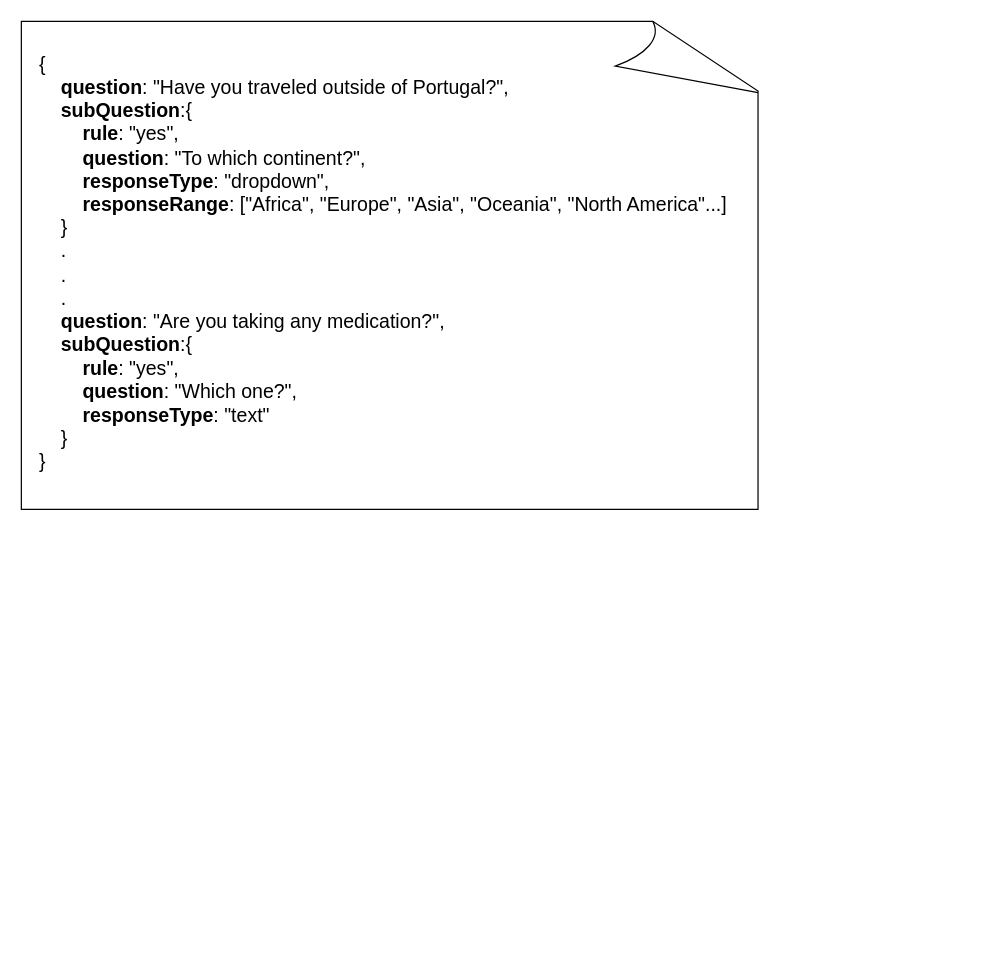
Earlier version of the draw.io diagram docs/report/figures/oldForm.drawio (dadiva-team/dadiva-ipo). Source tidied: cells renumbered, new cells numbered last; positions are measured from the earlier drawing's top-left corner, leaving out a move shared by most shapes. Both pictures are drawn from the tidied source at 122%, with x=0, y=0 at pixel (21, 21).
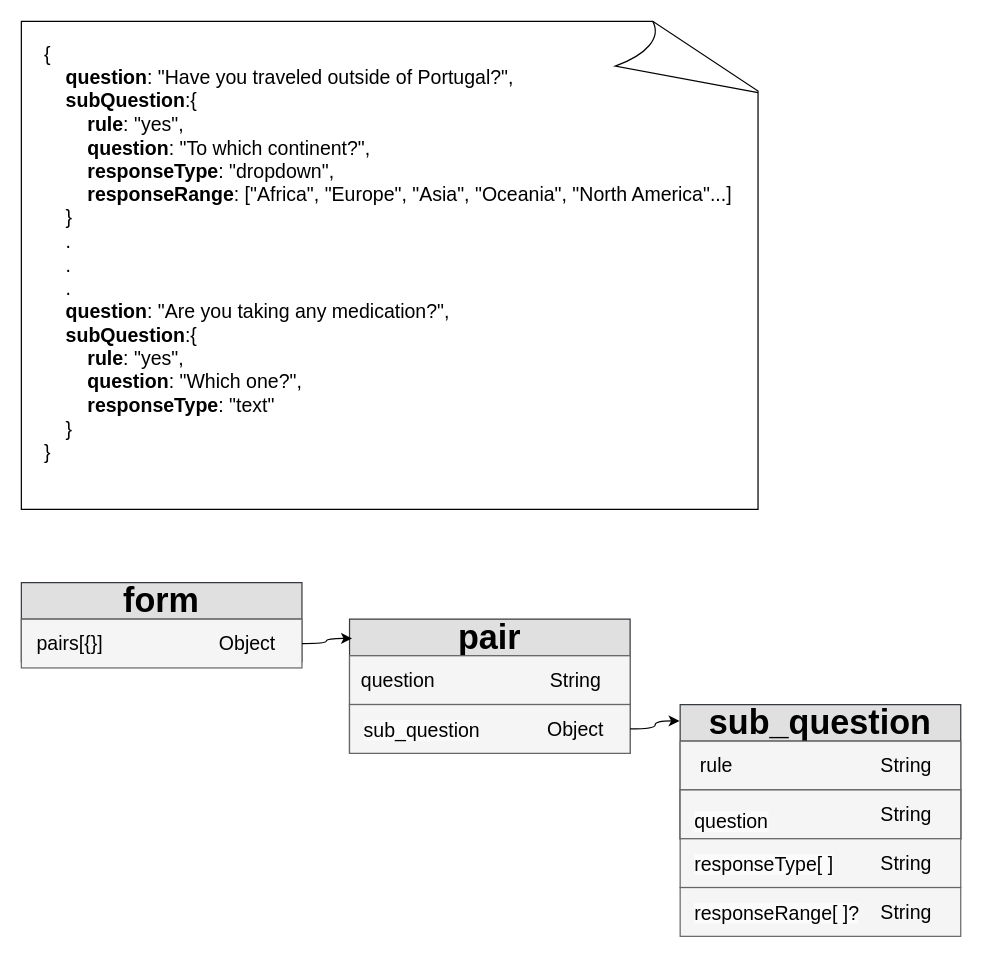
Above is the later version.

Diff of the diagram source:
```diff
@@
     <mxCell id="3" value="&lt;div style=&quot;font-size: 16px;&quot;&gt;&lt;font style=&quot;font-size: 16px;&quot;&gt;{&lt;/font&gt;&lt;/div&gt;&lt;div style=&quot;font-size: 16px;&quot;&gt;&lt;font style=&quot;font-size: 16px;&quot;&gt;&amp;nbsp; &amp;nbsp; &lt;b&gt;question&lt;/b&gt;: &quot;Have you traveled outside of Portugal?&quot;,&lt;/font&gt;&lt;/div&gt;&lt;div style=&quot;font-size: 16px;&quot;&gt;&lt;font style=&quot;font-size: 16px;&quot;&gt;&amp;nbsp; &amp;nbsp; &lt;b&gt;subQuestion&lt;/b&gt;:{&lt;/font&gt;&lt;/div&gt;&lt;div style=&quot;font-size: 16px;&quot;&gt;&lt;font style=&quot;font-size: 16px;&quot;&gt;&amp;nbsp; &amp;nbsp; &amp;nbsp; &amp;nbsp; &lt;b&gt;rule&lt;/b&gt;: &quot;yes&quot;,&lt;/font&gt;&lt;/div&gt;&lt;div style=&quot;font-size: 16px;&quot;&gt;&lt;font style=&quot;font-size: 16px;&quot;&gt;&amp;nbsp; &amp;nbsp; &amp;nbsp; &amp;nbsp; &lt;b&gt;question&lt;/b&gt;: &quot;To which continent?&quot;,&lt;/font&gt;&lt;/div&gt;&lt;div style=&quot;font-size: 16px;&quot;&gt;&lt;font style=&quot;font-size: 16px;&quot;&gt;&amp;nbsp; &amp;nbsp; &amp;nbsp; &amp;nbsp; &lt;b&gt;responseType&lt;/b&gt;: &quot;dropdown&quot;,&lt;/font&gt;&lt;/div&gt;&lt;div style=&quot;font-size: 16px;&quot;&gt;&lt;font style=&quot;font-size: 16px;&quot;&gt;&amp;nbsp; &amp;nbsp; &amp;nbsp; &amp;nbsp; &lt;b&gt;responseRange&lt;/b&gt;: [&quot;Africa&quot;, &quot;Europe&quot;, &quot;Asia&quot;, &quot;Oceania&quot;, &quot;North America&quot;...]&lt;/font&gt;&lt;/div&gt;&lt;div style=&quot;font-size: 16px;&quot;&gt;&lt;font style=&quot;font-size: 16px;&quot;&gt;&amp;nbsp; &amp;nbsp; }&lt;/font&gt;&lt;/div&gt;&lt;div style=&quot;font-size: 16px;&quot;&gt;&lt;font style=&quot;font-size: 16px;&quot;&gt;&amp;nbsp; &amp;nbsp; .&lt;/font&gt;&lt;/div&gt;&lt;div style=&quot;font-size: 16px;&quot;&gt;&lt;font style=&quot;font-size: 16px;&quot;&gt;&amp;nbsp; &amp;nbsp; .&lt;/font&gt;&lt;/div&gt;&lt;div style=&quot;font-size: 16px;&quot;&gt;&lt;font style=&quot;font-size: 16px;&quot;&gt;&amp;nbsp; &amp;nbsp; .&lt;/font&gt;&lt;/div&gt;&lt;div style=&quot;font-size: 16px;&quot;&gt;&lt;font style=&quot;font-size: 16px;&quot;&gt;&amp;nbsp; &amp;nbsp; &lt;b&gt;question&lt;/b&gt;: &quot;Are you taking any medication?&quot;,&lt;/font&gt;&lt;/div&gt;&lt;div style=&quot;font-size: 16px;&quot;&gt;&lt;font style=&quot;font-size: 16px;&quot;&gt;&amp;nbsp; &amp;nbsp; &lt;b&gt;subQuestion&lt;/b&gt;:{&lt;/font&gt;&lt;/div&gt;&lt;div style=&quot;font-size: 16px;&quot;&gt;&lt;font style=&quot;font-size: 16px;&quot;&gt;&amp;nbsp; &amp;nbsp; &amp;nbsp; &amp;nbsp; &lt;b&gt;rule&lt;/b&gt;: &quot;yes&quot;,&lt;/font&gt;&lt;/div&gt;&lt;div style=&quot;font-size: 16px;&quot;&gt;&lt;font style=&quot;font-size: 16px;&quot;&gt;&amp;nbsp; &amp;nbsp; &amp;nbsp; &amp;nbsp; &lt;b&gt;question&lt;/b&gt;: &quot;Which one?&quot;,&lt;/font&gt;&lt;/div&gt;&lt;div style=&quot;font-size: 16px;&quot;&gt;&lt;font style=&quot;font-size: 16px;&quot;&gt;&amp;nbsp; &amp;nbsp; &amp;nbsp; &amp;nbsp; &lt;b&gt;responseType&lt;/b&gt;: &quot;text&quot;&lt;/font&gt;&lt;/div&gt;&lt;div style=&quot;font-size: 16px;&quot;&gt;&lt;font style=&quot;font-size: 16px;&quot;&gt;&amp;nbsp; &amp;nbsp; }&lt;/font&gt;&lt;/div&gt;&lt;div style=&quot;font-size: 16px;&quot;&gt;&lt;font style=&quot;font-size: 16px;&quot;&gt;}&lt;/font&gt;&lt;/div&gt;" style="text;html=1;align=left;verticalAlign=middle;whiteSpace=wrap;rounded=0;" parent="1" vertex="1">
-      <mxGeometry x="13" y="8" width="577" height="380" as="geometry" />
+      <mxGeometry x="16.5" width="577" height="380" as="geometry" />
     </mxCell>
+    <mxCell id="4" value="&lt;font style=&quot;font-size: 28px;&quot;&gt;form&lt;/font&gt;" style="swimlane;whiteSpace=wrap;html=1;startSize=30;fillStyle=solid;fillColor=#E0E0E0;strokeColor=#36393d;" parent="1" vertex="1">
+      <mxGeometry y="460" width="230" height="65" as="geometry" />
+    </mxCell>
+    <mxCell id="5" style="rounded=0;whiteSpace=wrap;html=1;fillColor=#f5f5f5;fontColor=#333333;strokeColor=#666666;" parent="4" vertex="1">
+      <mxGeometry y="30" width="230" height="40" as="geometry" />
+    </mxCell>
+    <mxCell id="6" value="&lt;span style=&quot;font-size: 16px;&quot;&gt;pairs[{}]&lt;/span&gt;" style="text;html=1;align=center;verticalAlign=middle;whiteSpace=wrap;rounded=0;" parent="4" vertex="1">
+      <mxGeometry x="10" y="35" width="60" height="30" as="geometry" />
+    </mxCell>
+    <mxCell id="7" value="&lt;font style=&quot;font-size: 16px;&quot;&gt;Object&lt;/font&gt;" style="text;html=1;align=center;verticalAlign=middle;strokeColor=none;fillColor=none;" parent="4" vertex="1">
+      <mxGeometry x="150" y="35" width="70" height="30" as="geometry" />
+    </mxCell>
+    <mxCell id="8" value="&lt;span style=&quot;font-size: 28px;&quot;&gt;pair&lt;/span&gt;" style="swimlane;whiteSpace=wrap;html=1;startSize=30;fillStyle=solid;fillColor=#E0E0E0;strokeColor=#36393d;" parent="1" vertex="1">
+      <mxGeometry x="269" y="490" width="230" height="110" as="geometry" />
+    </mxCell>
+    <mxCell id="9" style="rounded=0;whiteSpace=wrap;html=1;fillColor=#f5f5f5;fontColor=#333333;strokeColor=#666666;" parent="8" vertex="1">
+      <mxGeometry y="30" width="230" height="40" as="geometry" />
+    </mxCell>
+    <mxCell id="10" value="&lt;span style=&quot;font-size: 16px;&quot;&gt;question&lt;/span&gt;" style="text;html=1;align=center;verticalAlign=middle;whiteSpace=wrap;rounded=0;" parent="8" vertex="1">
+      <mxGeometry x="10" y="35" width="60" height="30" as="geometry" />
+    </mxCell>
+    <mxCell id="11" style="rounded=0;whiteSpace=wrap;html=1;fillColor=#f5f5f5;fontColor=#333333;strokeColor=#666666;" parent="8" vertex="1">
+      <mxGeometry y="70" width="230" height="40" as="geometry" />
+    </mxCell>
+    <mxCell id="12" style="rounded=0;whiteSpace=wrap;html=1;fillColor=#f5f5f5;fontColor=#333333;strokeColor=#666666;" parent="8" vertex="1">
+      <mxGeometry y="70" width="230" height="40" as="geometry" />
+    </mxCell>
+    <mxCell id="13" value="&lt;span style=&quot;color: rgb(0, 0, 0); font-family: Helvetica; font-size: 16px; font-style: normal; font-variant-ligatures: normal; font-variant-caps: normal; font-weight: 400; letter-spacing: normal; orphans: 2; text-align: center; text-indent: 0px; text-transform: none; widows: 2; word-spacing: 0px; -webkit-text-stroke-width: 0px; white-space: normal; background-color: rgb(251, 251, 251); text-decoration-thickness: initial; text-decoration-style: initial; text-decoration-color: initial; display: inline !important; float: none;&quot;&gt;sub_question&lt;/span&gt;" style="text;whiteSpace=wrap;html=1;" parent="8" vertex="1">
+      <mxGeometry x="10" y="75" width="110" height="30" as="geometry" />
+    </mxCell>
+    <mxCell id="14" value="&lt;font style=&quot;font-size: 16px;&quot;&gt;String&lt;/font&gt;" style="text;html=1;align=center;verticalAlign=middle;strokeColor=none;fillColor=none;" parent="8" vertex="1">
+      <mxGeometry x="150" y="35" width="70" height="30" as="geometry" />
+    </mxCell>
+    <mxCell id="15" value="&lt;font style=&quot;font-size: 16px;&quot;&gt;Object&lt;/font&gt;" style="text;html=1;align=center;verticalAlign=middle;strokeColor=none;fillColor=none;" parent="8" vertex="1">
+      <mxGeometry x="150" y="75" width="70" height="30" as="geometry" />
+    </mxCell>
+    <mxCell id="16" style="edgeStyle=orthogonalEdgeStyle;rounded=0;jettySize=auto;html=1;entryX=0.009;entryY=0.144;entryDx=0;entryDy=0;curved=1;entryPerimeter=0;" parent="1" edge="1" source="5" target="8">
+      <mxGeometry relative="1" as="geometry" />
+    </mxCell>
+    <mxCell id="17" value="&lt;font style=&quot;font-size: 28px;&quot;&gt;sub_question&lt;/font&gt;" style="swimlane;whiteSpace=wrap;html=1;startSize=30;fillStyle=solid;fillColor=#E0E0E0;strokeColor=#36393d;" parent="1" vertex="1">
+      <mxGeometry x="540" y="560" width="230" height="110" as="geometry" />
+    </mxCell>
+    <mxCell id="18" style="rounded=0;whiteSpace=wrap;html=1;fillColor=#f5f5f5;fontColor=#333333;strokeColor=#666666;" parent="17" vertex="1">
+      <mxGeometry y="30" width="230" height="40" as="geometry" />
+    </mxCell>
+    <mxCell id="19" value="&lt;span style=&quot;font-size: 16px;&quot;&gt;rule&lt;/span&gt;" style="text;html=1;align=center;verticalAlign=middle;whiteSpace=wrap;rounded=0;" parent="17" vertex="1">
+      <mxGeometry x="10" y="35" width="40" height="30" as="geometry" />
+    </mxCell>
+    <mxCell id="20" style="rounded=0;whiteSpace=wrap;html=1;fillColor=#f5f5f5;fontColor=#333333;strokeColor=#666666;" parent="17" vertex="1">
+      <mxGeometry y="70" width="230" height="40" as="geometry" />
+    </mxCell>
+    <mxCell id="21" style="rounded=0;whiteSpace=wrap;html=1;fillColor=#f5f5f5;fontColor=#333333;strokeColor=#666666;" parent="17" vertex="1">
+      <mxGeometry y="70" width="230" height="40" as="geometry" />
+    </mxCell>
+    <mxCell id="22" value="&lt;span style=&quot;color: rgb(0, 0, 0); font-family: Helvetica; font-size: 16px; font-style: normal; font-variant-ligatures: normal; font-variant-caps: normal; font-weight: 400; letter-spacing: normal; orphans: 2; text-align: center; text-indent: 0px; text-transform: none; widows: 2; word-spacing: 0px; -webkit-text-stroke-width: 0px; white-space: normal; background-color: rgb(251, 251, 251); text-decoration-thickness: initial; text-decoration-style: initial; text-decoration-color: initial; display: inline !important; float: none;&quot;&gt;question&lt;/span&gt;" style="text;whiteSpace=wrap;html=1;" parent="17" vertex="1">
+      <mxGeometry x="10" y="80" width="110" height="25" as="geometry" />
+    </mxCell>
+    <mxCell id="23" value="&lt;font style=&quot;font-size: 16px;&quot;&gt;String&lt;/font&gt;" style="text;html=1;align=center;verticalAlign=middle;strokeColor=none;fillColor=none;" parent="17" vertex="1">
+      <mxGeometry x="150" y="35" width="70" height="30" as="geometry" />
+    </mxCell>
+    <mxCell id="24" value="&lt;font style=&quot;font-size: 16px;&quot;&gt;String&lt;/font&gt;" style="text;html=1;align=center;verticalAlign=middle;strokeColor=none;fillColor=none;" parent="17" vertex="1">
+      <mxGeometry x="150" y="75" width="70" height="30" as="geometry" />
+    </mxCell>
+    <mxCell id="25" style="rounded=0;whiteSpace=wrap;html=1;fillColor=#f5f5f5;fontColor=#333333;strokeColor=#666666;" parent="1" vertex="1">
+      <mxGeometry x="540" y="670" width="230" height="40" as="geometry" />
+    </mxCell>
+    <mxCell id="26" value="&lt;span style=&quot;color: rgb(0, 0, 0); font-family: Helvetica; font-size: 16px; font-style: normal; font-variant-ligatures: normal; font-variant-caps: normal; font-weight: 400; letter-spacing: normal; orphans: 2; text-align: center; text-indent: 0px; text-transform: none; widows: 2; word-spacing: 0px; -webkit-text-stroke-width: 0px; white-space: normal; background-color: rgb(251, 251, 251); text-decoration-thickness: initial; text-decoration-style: initial; text-decoration-color: initial; display: inline !important; float: none;&quot;&gt;responseType[ ]&lt;/span&gt;" style="text;whiteSpace=wrap;html=1;" parent="1" vertex="1">
+      <mxGeometry x="550" y="675" width="120" height="30" as="geometry" />
+    </mxCell>
+    <mxCell id="27" style="rounded=0;whiteSpace=wrap;html=1;fillColor=#f5f5f5;fontColor=#333333;strokeColor=#666666;" parent="1" vertex="1">
+      <mxGeometry x="540" y="710" width="230" height="40" as="geometry" />
+    </mxCell>
+    <mxCell id="28" value="&lt;span style=&quot;color: rgb(0, 0, 0); font-family: Helvetica; font-size: 16px; font-style: normal; font-variant-ligatures: normal; font-variant-caps: normal; font-weight: 400; letter-spacing: normal; orphans: 2; text-align: center; text-indent: 0px; text-transform: none; widows: 2; word-spacing: 0px; -webkit-text-stroke-width: 0px; white-space: normal; background-color: rgb(251, 251, 251); text-decoration-thickness: initial; text-decoration-style: initial; text-decoration-color: initial; display: inline !important; float: none;&quot;&gt;responseRange[ ]?&lt;/span&gt;" style="text;whiteSpace=wrap;html=1;" parent="1" vertex="1">
+      <mxGeometry x="550" y="715" width="140" height="30" as="geometry" />
+    </mxCell>
+    <mxCell id="29" value="&lt;font style=&quot;font-size: 16px;&quot;&gt;String&lt;/font&gt;" style="text;html=1;align=center;verticalAlign=middle;strokeColor=none;fillColor=none;" parent="1" vertex="1">
+      <mxGeometry x="690" y="675" width="70" height="30" as="geometry" />
+    </mxCell>
+    <mxCell id="30" value="&lt;font style=&quot;font-size: 16px;&quot;&gt;String&lt;/font&gt;" style="text;html=1;align=center;verticalAlign=middle;strokeColor=none;fillColor=none;" parent="1" vertex="1">
+      <mxGeometry x="690" y="715" width="70" height="30" as="geometry" />
+    </mxCell>
+    <mxCell id="31" style="edgeStyle=orthogonalEdgeStyle;rounded=0;jettySize=auto;html=1;entryX=-0.002;entryY=0.122;entryDx=0;entryDy=0;entryPerimeter=0;curved=1;" parent="1" edge="1" source="12" target="17">
+      <mxGeometry relative="1" as="geometry" />
+    </mxCell>
```
